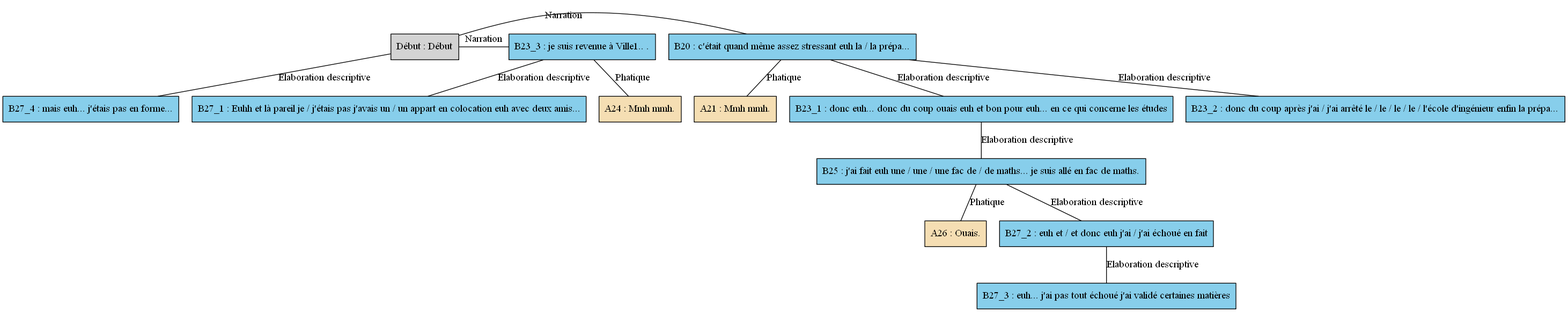
Earlier version of the Graphviz export arbres/Nord/Nord_-_A08.gv.png (AlaixComet/AnnotationSlamPTut). Its source is kept beside it as arbres/Nord/Nord_-_A08.gv. The source it was exported from:
```dot
digraph A08 {
	node [shape=box style=filled]
	"Début" [label="Début : Début"]
	B20 [label="B20 : c'était quand même assez stressant euh la / la prépa..." fillcolor=skyblue]
	A21 [label="A21 : Mmh mmh." fillcolor=wheat]
	B23_1 [label="B23_1 : donc euh... donc du coup ouais euh et bon pour euh... en ce qui concerne les études" fillcolor=skyblue]
	B23_2 [label="B23_2 : donc du coup après j'ai / j'ai arrêté le / le / le / le / l'école d'ingénieur enfin la prépa..." fillcolor=skyblue]
	B23_3 [label="B23_3 : je suis revenue à Ville1.. ." fillcolor=skyblue]
	A24 [label="A24 : Mmh mmh." fillcolor=wheat]
	B25 [label="B25 : j'ai fait euh une / une / une fac de / de maths... je suis allé en fac de maths." fillcolor=skyblue]
	A26 [label="A26 : Ouais." fillcolor=wheat]
	B27_1 [label="B27_1 : Euhh et là pareil je / j'étais pas j'avais un / un appart en colocation euh avec deux amis..." fillcolor=skyblue]
	B27_2 [label="B27_2 : euh et / et donc euh j'ai / j'ai échoué en fait" fillcolor=skyblue]
	B27_3 [label="B27_3 : euh... j'ai pas tout échoué j'ai validé certaines matières" fillcolor=skyblue]
	B27_4 [label="B27_4 : mais euh... j'étais pas en forme..." fillcolor=skyblue]
	{
		rank=same
		"Début"
		B20
		"Début" -> B20 [label=Narration dir=none]
	}
	B20 -> A21 [label=Phatique dir=none]
	B23_3 -> A24 [label=Phatique dir=none]
	B23_1 -> B25 [label="Elaboration descriptive" dir=none]
	B20 -> B23_2 [label="Elaboration descriptive" dir=none]
	{
		rank=same
		"Début"
		B23_3
		"Début" -> B23_3 [label=Narration dir=none]
	}
	B25 -> A26 [label=Phatique dir=none]
	B23_3 -> B27_1 [label="Elaboration descriptive" dir=none]
	B25 -> B27_2 [label="Elaboration descriptive" dir=none]
	B27_2 -> B27_3 [label="Elaboration descriptive" dir=none]
	"Début" -> B27_4 [label="Elaboration descriptive" dir=none]
	B20 -> B23_1 [label="Elaboration descriptive" dir=none]
}
```
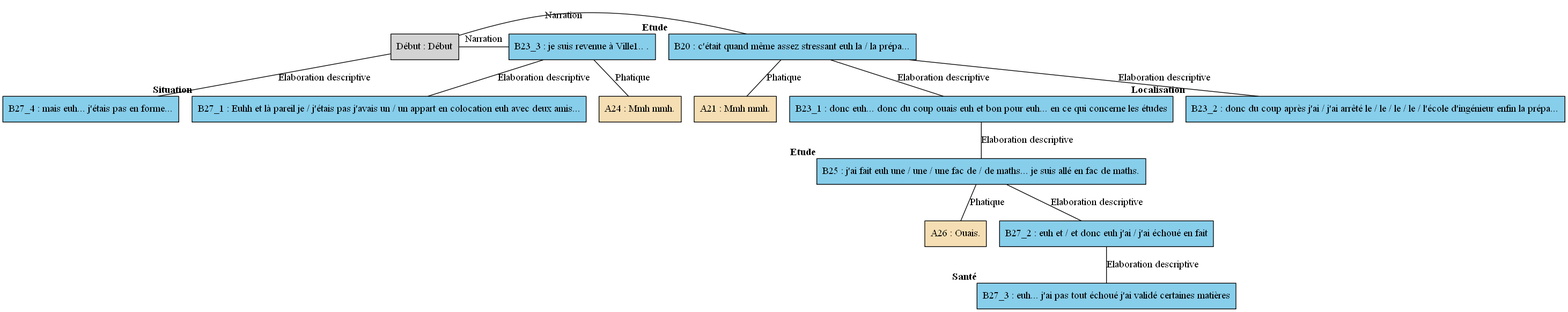
The same file after the commit.

The edit, as a diff of the source:
```diff
@@ -1,18 +1,18 @@
 digraph A08 {
 	node [shape=box style=filled]
-	"Début" [label="Début : Début"]
-	B20 [label="B20 : c'était quand même assez stressant euh la / la prépa..." fillcolor=skyblue]
-	A21 [label="A21 : Mmh mmh." fillcolor=wheat]
-	B23_1 [label="B23_1 : donc euh... donc du coup ouais euh et bon pour euh... en ce qui concerne les études" fillcolor=skyblue]
-	B23_2 [label="B23_2 : donc du coup après j'ai / j'ai arrêté le / le / le / le / l'école d'ingénieur enfin la prépa..." fillcolor=skyblue]
-	B23_3 [label="B23_3 : je suis revenue à Ville1.. ." fillcolor=skyblue]
-	A24 [label="A24 : Mmh mmh." fillcolor=wheat]
-	B25 [label="B25 : j'ai fait euh une / une / une fac de / de maths... je suis allé en fac de maths." fillcolor=skyblue]
-	A26 [label="A26 : Ouais." fillcolor=wheat]
-	B27_1 [label="B27_1 : Euhh et là pareil je / j'étais pas j'avais un / un appart en colocation euh avec deux amis..." fillcolor=skyblue]
-	B27_2 [label="B27_2 : euh et / et donc euh j'ai / j'ai échoué en fait" fillcolor=skyblue]
-	B27_3 [label="B27_3 : euh... j'ai pas tout échoué j'ai validé certaines matières" fillcolor=skyblue]
-	B27_4 [label="B27_4 : mais euh... j'étais pas en forme..." fillcolor=skyblue]
+	"Début" [label="Début : Début" xlabel=""]
+	B20 [label="B20 : c'était quand même assez stressant euh la / la prépa..." fillcolor=skyblue xlabel=<<B>Etude</B>>]
+	A21 [label="A21 : Mmh mmh." fillcolor=wheat xlabel=""]
+	B23_1 [label="B23_1 : donc euh... donc du coup ouais euh et bon pour euh... en ce qui concerne les études" fillcolor=skyblue xlabel=""]
+	B23_2 [label="B23_2 : donc du coup après j'ai / j'ai arrêté le / le / le / le / l'école d'ingénieur enfin la prépa..." fillcolor=skyblue xlabel=<<B>Localisation</B>>]
+	B23_3 [label="B23_3 : je suis revenue à Ville1.. ." fillcolor=skyblue xlabel=""]
+	A24 [label="A24 : Mmh mmh." fillcolor=wheat xlabel=""]
+	B25 [label="B25 : j'ai fait euh une / une / une fac de / de maths... je suis allé en fac de maths." fillcolor=skyblue xlabel=<<B>Etude</B>>]
+	A26 [label="A26 : Ouais." fillcolor=wheat xlabel=""]
+	B27_1 [label="B27_1 : Euhh et là pareil je / j'étais pas j'avais un / un appart en colocation euh avec deux amis..." fillcolor=skyblue xlabel=<<B>Situation</B>>]
+	B27_2 [label="B27_2 : euh et / et donc euh j'ai / j'ai échoué en fait" fillcolor=skyblue xlabel=""]
+	B27_3 [label="B27_3 : euh... j'ai pas tout échoué j'ai validé certaines matières" fillcolor=skyblue xlabel=<<B>Santé</B>>]
+	B27_4 [label="B27_4 : mais euh... j'étais pas en forme..." fillcolor=skyblue xlabel=""]
 	{
 		rank=same
 		"Début"
```
